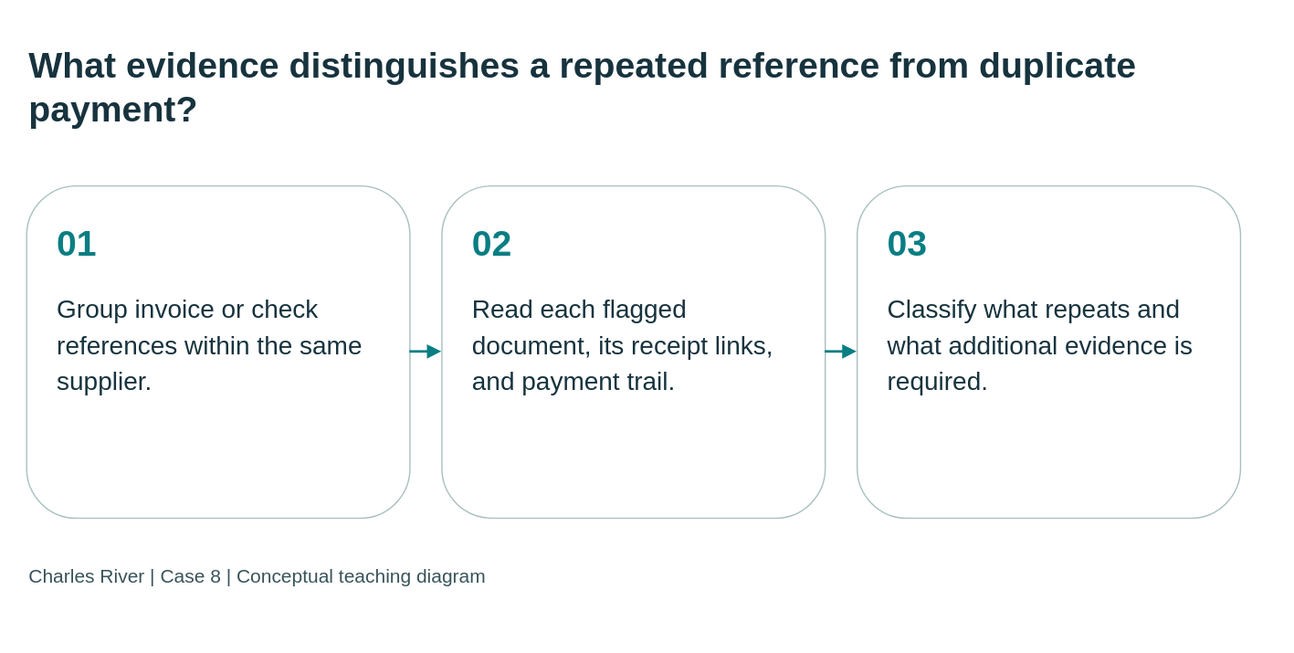
mmcodesso/CharlesRiver_Database keeps this draw.io diagram as static/diagrams/cases/case08-ap.svg. Above is the earlier version. Source tidied: cells renumbered, new cells last; positions are measured from the earlier drawing's top-left corner, leaving out a move shared by most shapes.
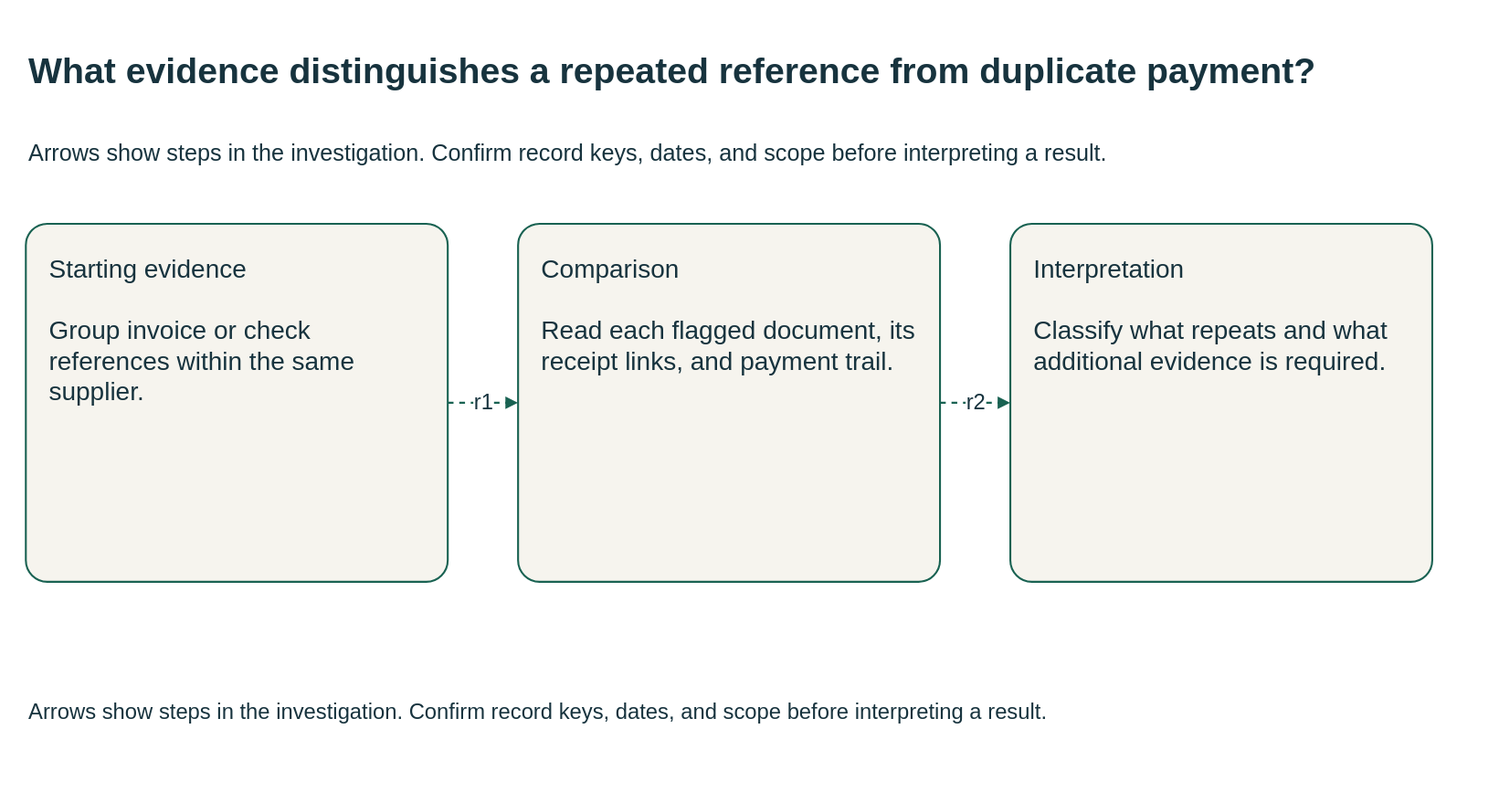
Later version of the same file.

What changed in the source:
```diff
@@ -1,27 +1,30 @@
-<mxGraphModel background="#f5f5ee">
+<mxGraphModel background="#FFFFFF">
   <root>
     <mxCell id="0" />
     <mxCell id="1" parent="0" />
-    <mxCell id="2" value="What evidence distinguishes a repeated reference from duplicate payment?" style="text;html=0;strokeColor=none;fillColor=none;align=left;verticalAlign=middle;whiteSpace=wrap;fontSize=28;fontStyle=1;fontColor=#17333e;fontFamily=Arial;" parent="1" vertex="1">
-      <mxGeometry width="950" height="95" as="geometry" />
+    <mxCell id="2" value="What evidence distinguishes a repeated reference from duplicate payment?" style="html=0;fontFamily=Arial;fontSize=20;fontColor=#17333e;strokeColor=#196252;strokeWidth=1.5;whiteSpace=wrap;text;strokeColor=none;fillColor=none;align=left;verticalAlign=middle;fontSize=28;fontStyle=1;" parent="1" vertex="1">
+      <mxGeometry y="-10" width="1110" height="70" as="geometry" />
     </mxCell>
+    <mxCell id="9" value="Arrows show steps in the investigation. Confirm record keys, dates, and scope before interpreting a result." style="html=0;fontFamily=Arial;fontSize=20;fontColor=#17333e;strokeColor=#196252;strokeWidth=1.5;whiteSpace=wrap;text;strokeColor=none;fillColor=none;align=left;verticalAlign=middle;fontSize=18;fontStyle=0;" parent="1" vertex="1">
+      <mxGeometry y="62" width="1110" height="55" as="geometry" />
+    </mxCell>
-    <mxCell id="3" value="&lt;div style=&quot;font-size:28px;color:#087e83;font-weight:bold;margin-bottom:20px&quot;&gt;01&lt;/div&gt;&lt;div style=&quot;font-size:20px;line-height:1.4&quot;&gt;Group invoice or check references within the same supplier.&lt;/div&gt;" style="rounded=1;whiteSpace=wrap;html=1;fillColor=#ffffff;strokeColor=#a8bfc1;fontColor=#17333e;align=left;verticalAlign=top;spacing=24;fontFamily=Arial;fontSize=20;" parent="1" vertex="1">
-      <mxGeometry y="125" width="300" height="260" as="geometry" />
+    <mxCell id="3" value="Starting evidence&#10;&#10;Group invoice or check references within the same supplier." style="html=0;fontFamily=Arial;fontSize=20;fontColor=#17333e;strokeColor=#196252;strokeWidth=1.5;whiteSpace=wrap;rounded=1;arcSize=6;fillColor=#f6f4ee;align=left;verticalAlign=top;spacing=18;" parent="1" vertex="1">
+      <mxGeometry y="145" width="330" height="280" as="geometry" />
     </mxCell>
-    <mxCell id="4" value="&lt;div style=&quot;font-size:28px;color:#087e83;font-weight:bold;margin-bottom:20px&quot;&gt;02&lt;/div&gt;&lt;div style=&quot;font-size:20px;line-height:1.4&quot;&gt;Read each flagged document, its receipt links, and payment trail.&lt;/div&gt;" style="rounded=1;whiteSpace=wrap;html=1;fillColor=#ffffff;strokeColor=#a8bfc1;fontColor=#17333e;align=left;verticalAlign=top;spacing=24;fontFamily=Arial;fontSize=20;" parent="1" vertex="1">
-      <mxGeometry x="325" y="125" width="300" height="260" as="geometry" />
+    <mxCell id="4" value="Comparison&#10;&#10;Read each flagged document, its receipt links, and payment trail." style="html=0;fontFamily=Arial;fontSize=20;fontColor=#17333e;strokeColor=#196252;strokeWidth=1.5;whiteSpace=wrap;rounded=1;arcSize=6;fillColor=#f6f4ee;align=left;verticalAlign=top;spacing=18;" parent="1" vertex="1">
+      <mxGeometry x="385" y="145" width="330" height="280" as="geometry" />
     </mxCell>
-    <mxCell id="5" value="&lt;div style=&quot;font-size:28px;color:#087e83;font-weight:bold;margin-bottom:20px&quot;&gt;03&lt;/div&gt;&lt;div style=&quot;font-size:20px;line-height:1.4&quot;&gt;Classify what repeats and what additional evidence is required.&lt;/div&gt;" style="rounded=1;whiteSpace=wrap;html=1;fillColor=#ffffff;strokeColor=#a8bfc1;fontColor=#17333e;align=left;verticalAlign=top;spacing=24;fontFamily=Arial;fontSize=20;" parent="1" vertex="1">
-      <mxGeometry x="650" y="125" width="300" height="260" as="geometry" />
+    <mxCell id="5" value="Interpretation&#10;&#10;Classify what repeats and what additional evidence is required." style="html=0;fontFamily=Arial;fontSize=20;fontColor=#17333e;strokeColor=#196252;strokeWidth=1.5;whiteSpace=wrap;rounded=1;arcSize=6;fillColor=#f6f4ee;align=left;verticalAlign=top;spacing=18;" parent="1" vertex="1">
+      <mxGeometry x="770" y="145" width="330" height="280" as="geometry" />
     </mxCell>
-    <mxCell id="6" style="edgeStyle=orthogonalEdgeStyle;rounded=0;html=1;endArrow=block;endFill=1;strokeColor=#087e83;strokeWidth=2;" parent="1" edge="1" source="3" target="4">
+    <mxCell id="6" value="r1" style="html=0;fontFamily=Arial;fontSize=20;fontColor=#17333e;strokeColor=#196252;strokeWidth=1.5;whiteSpace=wrap;edgeStyle=orthogonalEdgeStyle;rounded=0;fillColor=none;fontSize=17;labelBackgroundColor=#FFFFFF;startArrow=none;endArrow=block;endFill=1;dashed=1;exitX=1;exitY=0.5;entryX=0;entryY=0.5;" parent="1" edge="1" source="3" target="4">
       <mxGeometry relative="1" as="geometry" />
     </mxCell>
-    <mxCell id="7" style="edgeStyle=orthogonalEdgeStyle;rounded=0;html=1;endArrow=block;endFill=1;strokeColor=#087e83;strokeWidth=2;" parent="1" edge="1" source="4" target="5">
+    <mxCell id="7" value="r2" style="html=0;fontFamily=Arial;fontSize=20;fontColor=#17333e;strokeColor=#196252;strokeWidth=1.5;whiteSpace=wrap;edgeStyle=orthogonalEdgeStyle;rounded=0;fillColor=none;fontSize=17;labelBackgroundColor=#FFFFFF;startArrow=none;endArrow=block;endFill=1;dashed=1;exitX=1;exitY=0.5;entryX=0;entryY=0.5;" parent="1" edge="1" source="4" target="5">
       <mxGeometry relative="1" as="geometry" />
     </mxCell>
-    <mxCell id="8" value="Charles River | Case 8 | Conceptual teaching diagram" style="text;html=0;strokeColor=none;fillColor=none;align=left;fontSize=15;fontColor=#38535b;fontFamily=Arial;" parent="1" vertex="1">
-      <mxGeometry y="415" width="950" height="35" as="geometry" />
+    <mxCell id="8" value="Arrows show steps in the investigation. Confirm record keys, dates, and scope before interpreting a result." style="html=0;fontFamily=Arial;fontSize=20;fontColor=#17333e;strokeColor=#196252;strokeWidth=1.5;whiteSpace=wrap;text;strokeColor=none;fillColor=none;align=left;verticalAlign=middle;fontSize=17;fontStyle=0;" parent="1" vertex="1">
+      <mxGeometry y="497" width="1110" height="60" as="geometry" />
     </mxCell>
   </root>
 </mxGraphModel>
```
